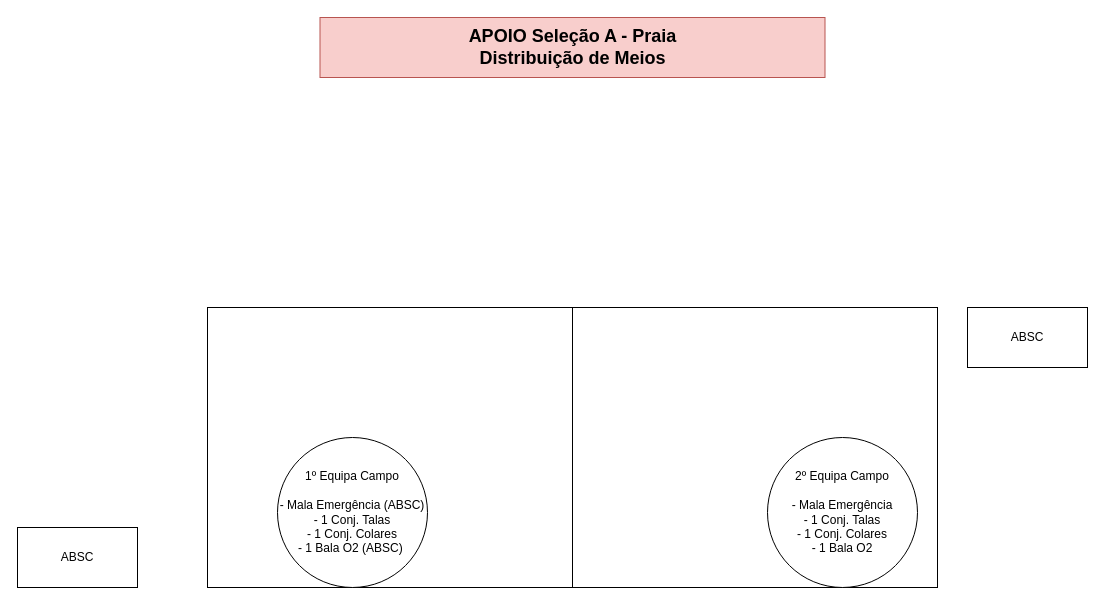
joaoabreu1/flowcharts keeps this draw.io diagram as page "Praia - Seleção A" (2 of 2) of Apoio_Marítimo.drawio. Above is the earlier version. Source tidied: cells renumbered, new cells numbered last; positions are measured from the earlier drawing's top-left corner, leaving out a move shared by most shapes. Both pictures are drawn from the tidied source at 100%, with x=0, y=0 at pixel (17, 17).
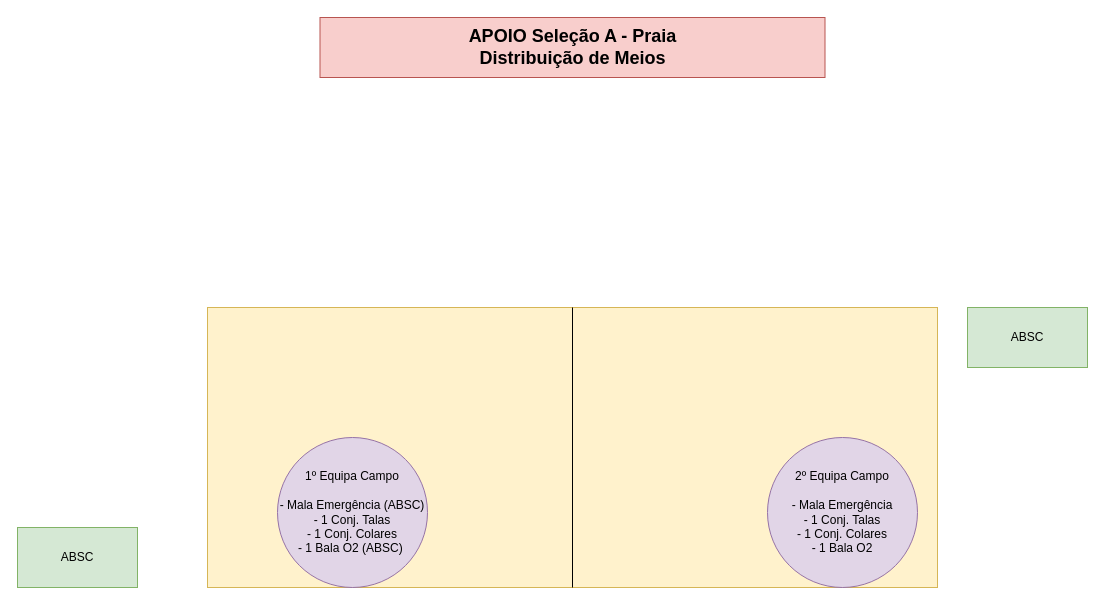
Above is the later version.

Diff of the diagram source:
```diff
@@
 <mxGraphModel>
   <root>
     <mxCell id="0" />
     <mxCell id="1" parent="0" />
-    <mxCell id="2" style="rounded=0;whiteSpace=wrap;html=1;" parent="1" vertex="1">
+    <mxCell id="2" style="rounded=0;whiteSpace=wrap;html=1;fillColor=#fff2cc;strokeColor=#d6b656;" parent="1" vertex="1">
       <mxGeometry x="190" y="290" width="730" height="280" as="geometry" />
     </mxCell>
     <mxCell id="3" style="endArrow=none;html=1;rounded=0;entryX=0.5;entryY=0;entryDx=0;entryDy=0;exitX=0.5;exitY=1;exitDx=0;exitDy=0;" parent="1" edge="1" source="2" target="2">
       <mxGeometry relative="1" as="geometry" />
     </mxCell>
-    <mxCell id="4" value="2º Equipa Campo&lt;div&gt;&lt;br&gt;&lt;/div&gt;&lt;div&gt;- Mala Emergência&lt;/div&gt;&lt;div&gt;- 1 Conj. Talas&lt;/div&gt;&lt;div&gt;- 1 Conj. Colares&lt;/div&gt;&lt;div&gt;- 1 Bala O2&lt;/div&gt;" style="ellipse;whiteSpace=wrap;html=1;" parent="1" vertex="1">
+    <mxCell id="4" value="2º Equipa Campo&lt;div&gt;&lt;br&gt;&lt;/div&gt;&lt;div&gt;- Mala Emergência&lt;/div&gt;&lt;div&gt;- 1 Conj. Talas&lt;/div&gt;&lt;div&gt;- 1 Conj. Colares&lt;/div&gt;&lt;div&gt;- 1 Bala O2&lt;/div&gt;" style="ellipse;whiteSpace=wrap;html=1;fillColor=#e1d5e7;strokeColor=#9673a6;" parent="1" vertex="1">
       <mxGeometry x="750" y="420" width="150" height="150" as="geometry" />
     </mxCell>
-    <mxCell id="5" value="ABSC" style="rounded=0;whiteSpace=wrap;html=1;" parent="1" vertex="1">
+    <mxCell id="5" value="ABSC" style="rounded=0;whiteSpace=wrap;html=1;fillColor=#d5e8d4;strokeColor=#82b366;" parent="1" vertex="1">
       <mxGeometry y="510" width="120" height="60" as="geometry" />
     </mxCell>
-    <mxCell id="6" value="ABSC" style="rounded=0;whiteSpace=wrap;html=1;" parent="1" vertex="1">
+    <mxCell id="6" value="ABSC" style="rounded=0;whiteSpace=wrap;html=1;fillColor=#d5e8d4;strokeColor=#82b366;" parent="1" vertex="1">
       <mxGeometry x="950" y="290" width="120" height="60" as="geometry" />
     </mxCell>
-    <mxCell id="7" value="1º Equipa Campo&lt;div&gt;&lt;br&gt;&lt;/div&gt;&lt;div&gt;- Mala Emergência (ABSC)&lt;/div&gt;&lt;div&gt;- 1 Conj. Talas&lt;/div&gt;&lt;div&gt;- 1 Conj. Colares&lt;/div&gt;&lt;div&gt;- 1 Bala O2 (ABSC)&amp;nbsp;&lt;/div&gt;" style="ellipse;whiteSpace=wrap;html=1;" parent="1" vertex="1">
+    <mxCell id="7" value="1º Equipa Campo&lt;div&gt;&lt;br&gt;&lt;/div&gt;&lt;div&gt;- Mala Emergência (ABSC)&lt;/div&gt;&lt;div&gt;- 1 Conj. Talas&lt;/div&gt;&lt;div&gt;- 1 Conj. Colares&lt;/div&gt;&lt;div&gt;- 1 Bala O2 (ABSC)&amp;nbsp;&lt;/div&gt;" style="ellipse;whiteSpace=wrap;html=1;fillColor=#e1d5e7;strokeColor=#9673a6;" parent="1" vertex="1">
       <mxGeometry x="260" y="420" width="150" height="150" as="geometry" />
     </mxCell>
     <mxCell id="8" value="APOIO Seleção A - Praia&lt;div&gt;Distribuição de Meios&lt;/div&gt;" style="rounded=0;whiteSpace=wrap;html=1;fillColor=#f8cecc;strokeColor=#b85450;fontSize=18;fontStyle=1;fontFamily=Arial Black;" parent="1" vertex="1">
       <mxGeometry x="302.5" width="505" height="60" as="geometry" />
     </mxCell>
   </root>
 </mxGraphModel>
```
